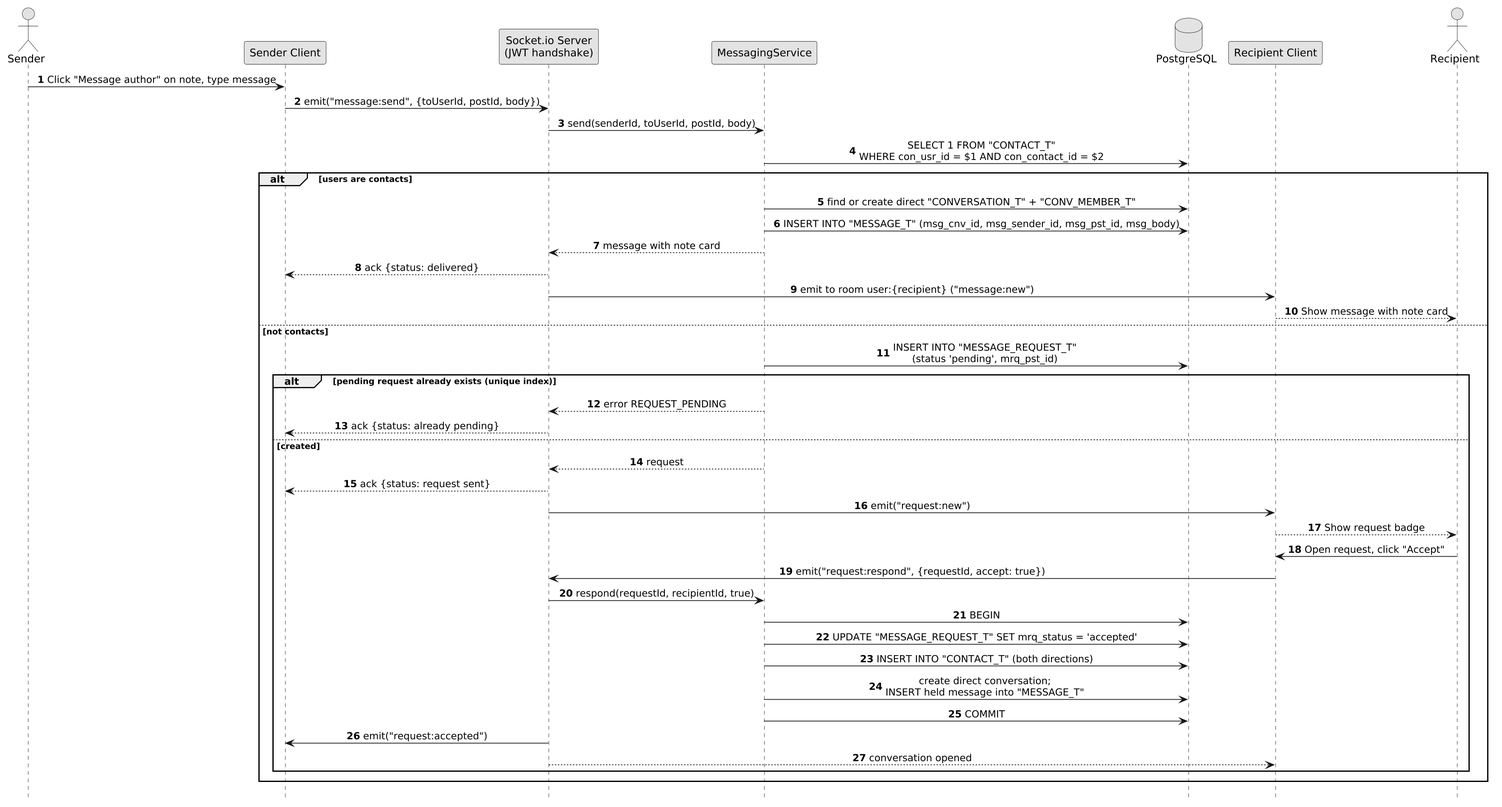
Before: docs/chapter4/diagrams/png/seq_post_anchored_message.png, a diagram exported from PlantUML (qicai14/NotaLah).
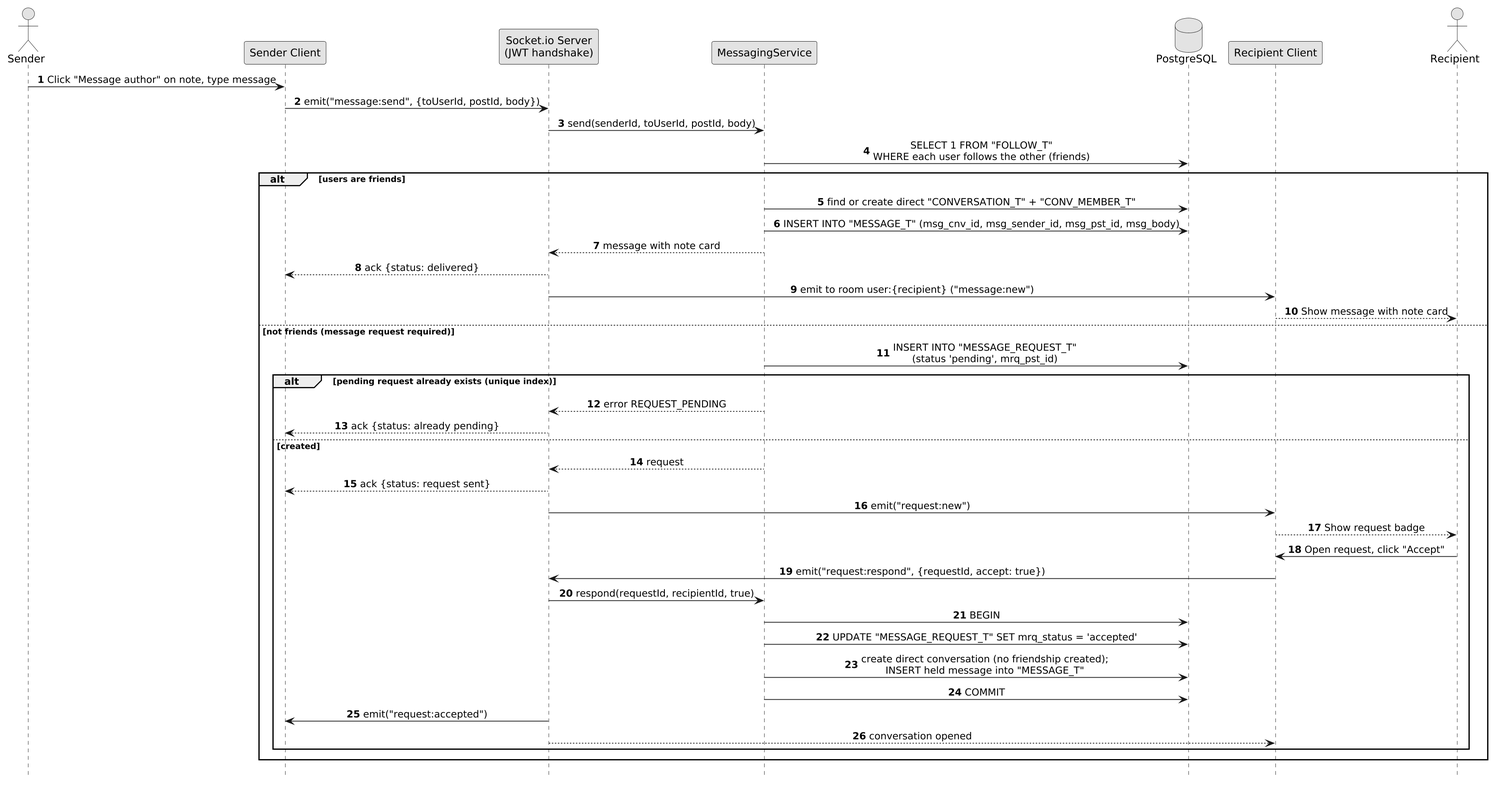
Later version of the same file.

Commit message:
Update ERD and contact diagrams for follows, snapshot, rate limit

Diff of the diagram source:
```diff
@@ -17,15 +17,15 @@
 S -> SC : Click "Message author" on note, type message
 SC -> IO : emit("message:send", {toUserId, postId, body})
 IO -> MS : send(senderId, toUserId, postId, body)
-MS -> DB : SELECT 1 FROM "CONTACT_T"\nWHERE con_usr_id = $1 AND con_contact_id = $2
-alt users are contacts
+MS -> DB : SELECT 1 FROM "FOLLOW_T"\nWHERE each user follows the other (friends)
+alt users are friends
   MS -> DB : find or create direct "CONVERSATION_T" + "CONV_MEMBER_T"
   MS -> DB : INSERT INTO "MESSAGE_T" (msg_cnv_id, msg_sender_id, msg_pst_id, msg_body)
   MS --> IO : message with note card
   IO --> SC : ack {status: delivered}
   IO -> RC : emit to room user:{recipient} ("message:new")
   RC --> R : Show message with note card
-else not contacts
+else not friends (message request required)
   MS -> DB : INSERT INTO "MESSAGE_REQUEST_T"\n(status 'pending', mrq_pst_id)
   alt pending request already exists (unique index)
     MS --> IO : error REQUEST_PENDING
@@ -40,8 +40,7 @@
     IO -> MS : respond(requestId, recipientId, true)
     MS -> DB : BEGIN
     MS -> DB : UPDATE "MESSAGE_REQUEST_T" SET mrq_status = 'accepted'
-    MS -> DB : INSERT INTO "CONTACT_T" (both directions)
-    MS -> DB : create direct conversation;\nINSERT held message into "MESSAGE_T"
+    MS -> DB : create direct conversation (no friendship created);\nINSERT held message into "MESSAGE_T"
     MS -> DB : COMMIT
     IO -> SC : emit("request:accepted")
     IO --> RC : conversation opened
```
